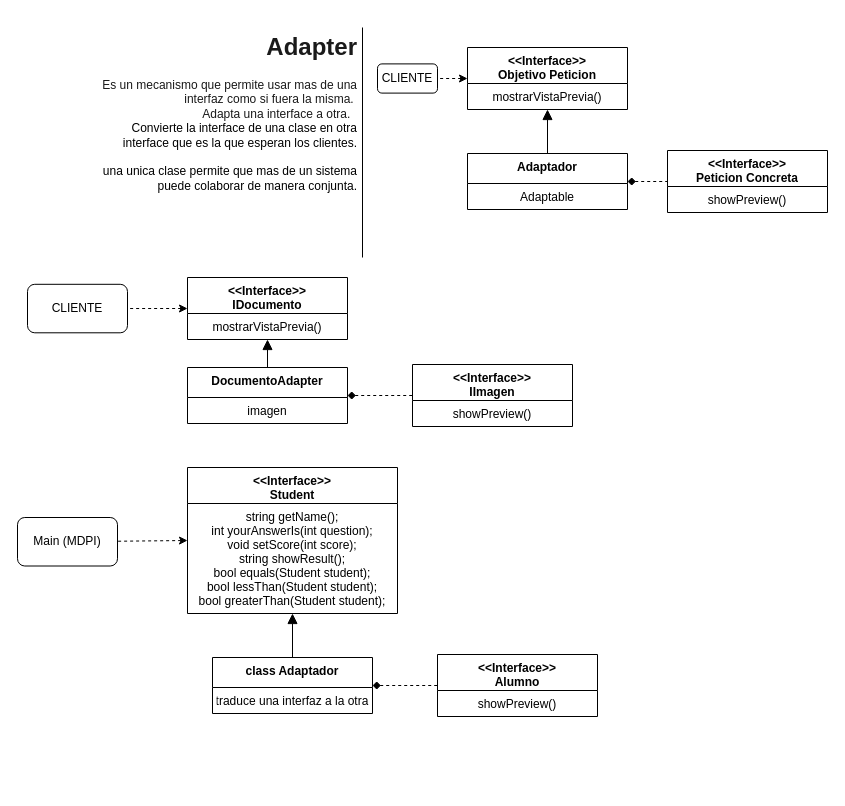
This is page "4 Adapter" (1 of 3) of Clase4.drawio from veroyols/I3007_patrones_de_disenio, a draw.io file, before an edit. Source tidied: cells renumbered, new cells numbered last; positions are measured from the earlier drawing's top-left corner, leaving out a move shared by most shapes. Both pictures are drawn from the tidied source at 100%, with x=0, y=0 at pixel (17, 27).
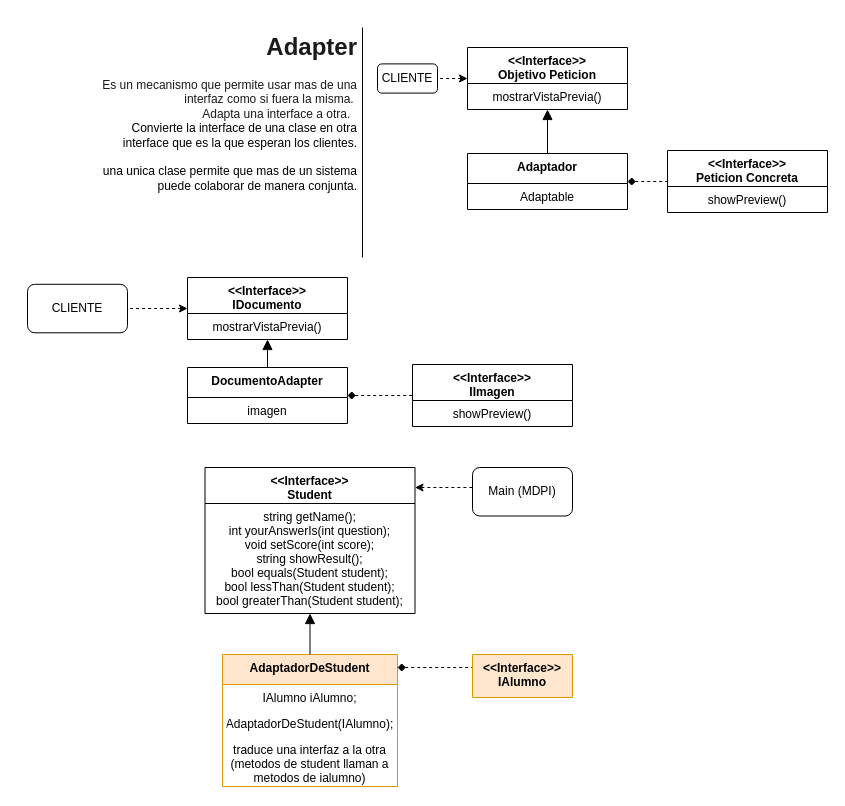
Above is the later version.

Diff of the diagram source:
```diff
@@
     <mxCell id="24" value="&lt;&lt;Interface&gt;&gt;&#10;Student" style="swimlane;fontStyle=1;align=center;verticalAlign=top;horizontal=1;startSize=36;" parent="1" vertex="1">
-      <mxGeometry x="170" y="440" width="210" height="146" as="geometry" />
+      <mxGeometry x="187.5" y="440" width="210" height="146" as="geometry" />
     </mxCell>
@@
-    <mxCell id="26" value="class Adaptador" style="swimlane;fontStyle=1;align=center;verticalAlign=top;horizontal=1;startSize=30;" parent="1" vertex="1">
-      <mxGeometry x="195" y="630" width="160" height="56" as="geometry" />
+    <mxCell id="26" value="AdaptadorDeStudent" style="swimlane;fontStyle=1;align=center;verticalAlign=top;horizontal=1;startSize=30;fillColor=#ffe6cc;strokeColor=#d79b00;" parent="1" vertex="1">
+      <mxGeometry x="205" y="627" width="175" height="132" as="geometry" />
     </mxCell>
-    <mxCell id="27" value="traduce una interfaz a la otra" style="text;strokeColor=none;fillColor=none;align=center;verticalAlign=top;spacingLeft=4;spacingRight=4;overflow=hidden;" parent="26" vertex="1">
-      <mxGeometry y="30" width="160" height="26" as="geometry" />
+    <mxCell id="27" value="IAlumno iAlumno;" style="text;strokeColor=none;fillColor=none;align=center;verticalAlign=top;spacingLeft=4;spacingRight=4;overflow=hidden;" parent="26" vertex="1">
+      <mxGeometry y="30" width="175" height="26" as="geometry" />
     </mxCell>
+    <mxCell id="34" value="AdaptadorDeStudent(IAlumno);" style="text;strokeColor=none;fillColor=none;align=center;verticalAlign=top;spacingLeft=4;spacingRight=4;overflow=hidden;" parent="26" vertex="1">
+      <mxGeometry y="56" width="175" height="26" as="geometry" />
+    </mxCell>
+    <mxCell id="35" value="traduce una interfaz a la otra &#10;(metodos de student llaman a &#10;metodos de ialumno)" style="text;strokeColor=none;fillColor=none;align=center;verticalAlign=top;spacingLeft=4;spacingRight=4;overflow=hidden;" parent="26" vertex="1">
+      <mxGeometry y="82" width="175" height="50" as="geometry" />
+    </mxCell>
     <mxCell id="28" value="Main (MDPI)" style="rounded=1;whiteSpace=wrap;html=1;align=center;" parent="1" vertex="1">
-      <mxGeometry y="490" width="100" height="48.5" as="geometry" />
+      <mxGeometry x="455" y="440" width="100" height="48.5" as="geometry" />
     </mxCell>
-    <mxCell id="29" style="endArrow=none;html=1;dashed=1;startArrow=diamond;startFill=1;endFill=0;" parent="1" edge="1" source="26" target="31">
-      <mxGeometry relative="1" as="geometry" />
+    <mxCell id="29" style="endArrow=none;html=1;dashed=1;startArrow=diamond;startFill=1;endFill=0;edgeStyle=orthogonalEdgeStyle;rounded=0;" parent="1" edge="1" source="26" target="31">
+      <mxGeometry relative="1" as="geometry">
+        <Array as="points">
+          <mxPoint x="400" y="640" />
+          <mxPoint x="400" y="640" />
+        </Array>
+      </mxGeometry>
     </mxCell>
@@
-    <mxCell id="31" value="&lt;&lt;Interface&gt;&gt;&#10;Alumno" style="swimlane;fontStyle=1;align=center;verticalAlign=top;horizontal=1;startSize=36;" parent="1" vertex="1">
-      <mxGeometry x="420" y="627" width="160" height="62" as="geometry" />
+    <mxCell id="31" value="&lt;&lt;Interface&gt;&gt;&#10;IAlumno" style="swimlane;fontStyle=1;align=center;verticalAlign=top;horizontal=1;startSize=43;fillColor=#ffe6cc;strokeColor=#d79b00;" parent="1" vertex="1">
+      <mxGeometry x="455" y="627" width="100" height="43" as="geometry" />
     </mxCell>
-    <mxCell id="32" value="showPreview()" style="text;strokeColor=none;fillColor=none;align=center;verticalAlign=top;spacingLeft=4;spacingRight=4;overflow=hidden;" parent="31" vertex="1">
-      <mxGeometry y="36" width="160" height="26" as="geometry" />
-    </mxCell>
-    <mxCell id="33" style="endArrow=none;html=1;dashed=1;startArrow=classic;startFill=1;endFill=0;exitX=0;exitY=0.5;exitDx=0;exitDy=0;" parent="1" edge="1" source="24" target="28">
-      <mxGeometry relative="1" as="geometry" />
+    <mxCell id="33" style="endArrow=none;html=1;dashed=1;startArrow=classic;startFill=1;endFill=0;edgeStyle=orthogonalEdgeStyle;rounded=0;" parent="1" edge="1" source="24" target="28">
+      <mxGeometry relative="1" as="geometry">
+        <Array as="points">
+          <mxPoint x="420" y="460" />
+          <mxPoint x="420" y="460" />
+        </Array>
+      </mxGeometry>
     </mxCell>
```
